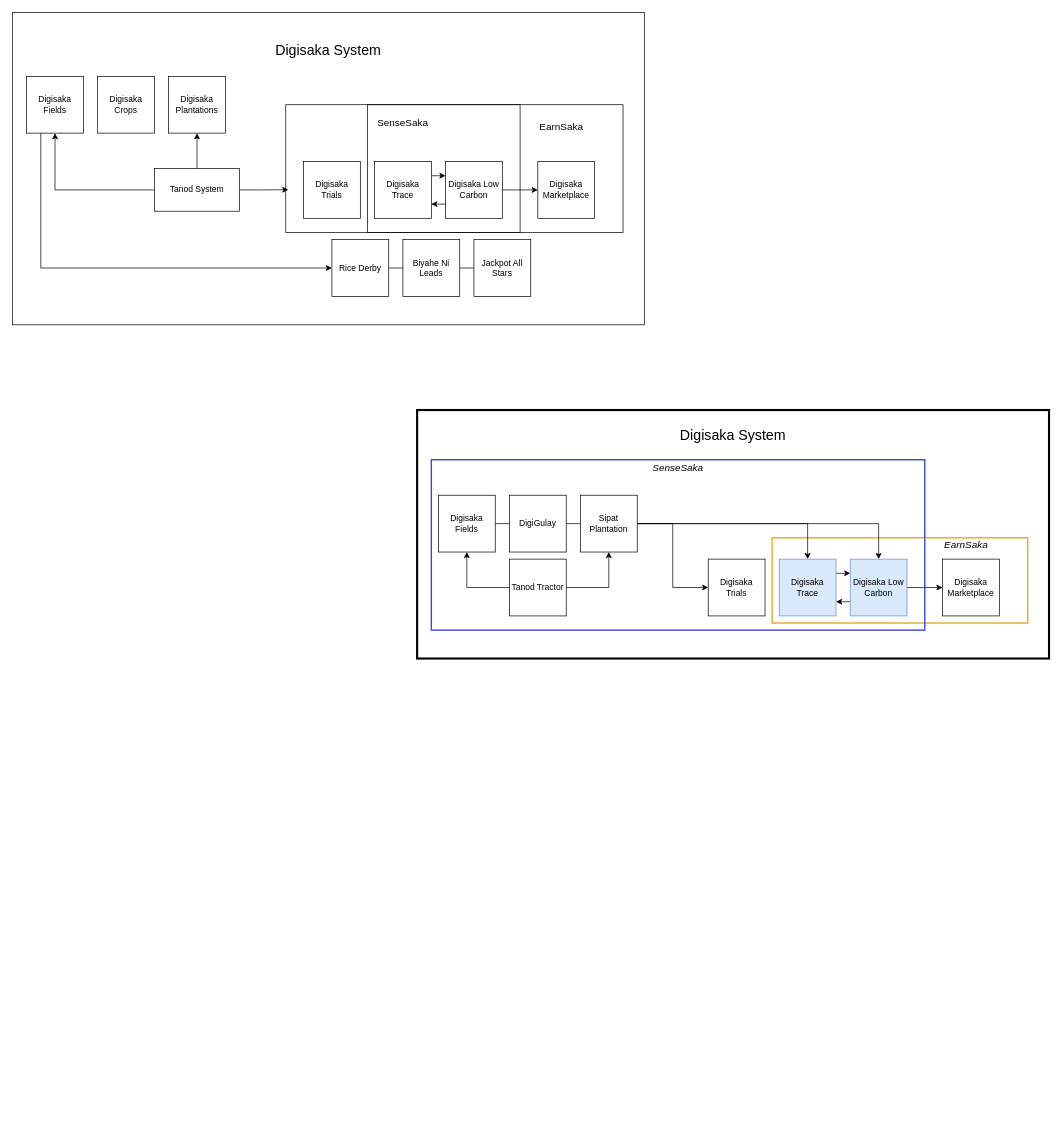
arnanaraza/diagrams keeps this draw.io diagram as digisaks_overalldiagramski.drawio. Above is the earlier version. Source tidied: cells renumbered, new cells numbered last; positions are measured from the earlier drawing's top-left corner, leaving out a move shared by most shapes. Both pictures are drawn from the tidied source at 71%, with x=0, y=0 at pixel (12, 12).
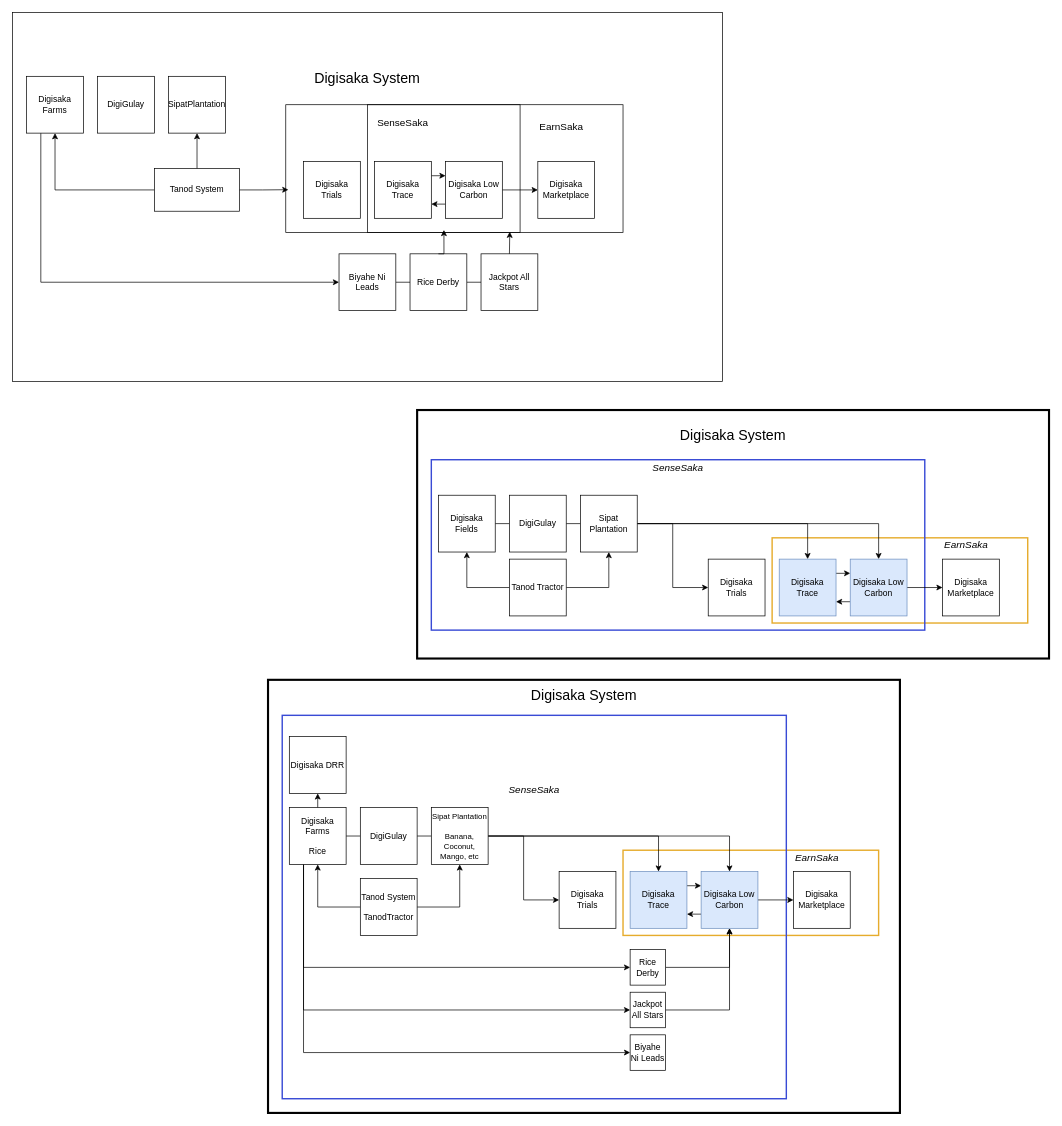
Above is the later version.

Unchanged cells that the change refers to:
```xml
<mxCell id="4" value="&lt;font style=&quot;font-size: 14px;&quot;&gt;SenseSaka&lt;/font&gt;&lt;div&gt;&lt;font style=&quot;font-size: 14px;&quot;&gt;&lt;br&gt;&lt;/font&gt;&lt;/div&gt;&lt;div&gt;&lt;font style=&quot;font-size: 14px;&quot;&gt;&lt;br&gt;&lt;/font&gt;&lt;/div&gt;&lt;div&gt;&lt;font style=&quot;font-size: 14px;&quot;&gt;&lt;br&gt;&lt;/font&gt;&lt;/div&gt;&lt;div&gt;&lt;br&gt;&lt;/div&gt;&lt;div&gt;&lt;font style=&quot;font-size: 14px;&quot;&gt;&lt;br&gt;&lt;/font&gt;&lt;/div&gt;&lt;div&gt;&lt;font style=&quot;font-size: 14px;&quot;&gt;&lt;br&gt;&lt;/font&gt;&lt;/div&gt;&lt;div&gt;&lt;font style=&quot;font-size: 14px;&quot;&gt;&lt;br&gt;&lt;/font&gt;&lt;/div&gt;&lt;div&gt;&lt;br&gt;&lt;/div&gt;" style="rounded=0;whiteSpace=wrap;html=1;fillColor=none;" parent="1" vertex="1">
  <mxGeometry x="385" y="130" width="330" height="180" as="geometry" />
</mxCell>
```

Diff of the diagram source:
```diff
@@
     <mxCell id="2" value="&lt;font style=&quot;font-size: 20px;&quot;&gt;Digisaka System&lt;/font&gt;&lt;div&gt;&lt;font style=&quot;font-size: 20px;&quot;&gt;&lt;br&gt;&lt;/font&gt;&lt;/div&gt;&lt;div&gt;&lt;font style=&quot;font-size: 20px;&quot;&gt;&lt;br&gt;&lt;/font&gt;&lt;/div&gt;&lt;div&gt;&lt;font style=&quot;font-size: 20px;&quot;&gt;&lt;br&gt;&lt;/font&gt;&lt;/div&gt;&lt;div&gt;&lt;font style=&quot;font-size: 20px;&quot;&gt;&lt;br&gt;&lt;/font&gt;&lt;/div&gt;&lt;div&gt;&lt;font style=&quot;font-size: 20px;&quot;&gt;&lt;br&gt;&lt;/font&gt;&lt;/div&gt;&lt;div&gt;&lt;font style=&quot;font-size: 20px;&quot;&gt;&lt;br&gt;&lt;/font&gt;&lt;/div&gt;&lt;div&gt;&lt;font style=&quot;font-size: 20px;&quot;&gt;&lt;br&gt;&lt;/font&gt;&lt;/div&gt;&lt;div&gt;&lt;font style=&quot;font-size: 20px;&quot;&gt;&lt;br&gt;&lt;/font&gt;&lt;/div&gt;&lt;div&gt;&lt;font style=&quot;font-size: 20px;&quot;&gt;&lt;br&gt;&lt;/font&gt;&lt;/div&gt;&lt;div&gt;&lt;font style=&quot;font-size: 20px;&quot;&gt;&lt;br&gt;&lt;/font&gt;&lt;/div&gt;&lt;div&gt;&lt;font style=&quot;font-size: 20px;&quot;&gt;&lt;br&gt;&lt;/font&gt;&lt;/div&gt;&lt;div&gt;&lt;font style=&quot;font-size: 20px;&quot;&gt;&lt;br&gt;&lt;/font&gt;&lt;/div&gt;&lt;div&gt;&lt;font style=&quot;font-size: 20px;&quot;&gt;&lt;br&gt;&lt;/font&gt;&lt;/div&gt;&lt;div&gt;&lt;font style=&quot;font-size: 20px;&quot;&gt;&lt;br&gt;&lt;/font&gt;&lt;/div&gt;" style="rounded=0;whiteSpace=wrap;html=1;fillColor=none;" parent="1" vertex="1">
-      <mxGeometry width="890" height="440" as="geometry" />
+      <mxGeometry width="1000" height="520" as="geometry" />
     </mxCell>
@@
-    <mxCell id="6" value="Digisaka Fields" style="whiteSpace=wrap;html=1;" parent="1" vertex="1">
+    <mxCell id="6" value="Digisaka Farms" style="whiteSpace=wrap;html=1;" parent="1" vertex="1">
       <mxGeometry x="20" y="90" width="80" height="80" as="geometry" />
     </mxCell>
-    <mxCell id="7" value="Digisaka Crops" style="whiteSpace=wrap;html=1;" parent="1" vertex="1">
+    <mxCell id="7" value="DigiGulay" style="whiteSpace=wrap;html=1;" parent="1" vertex="1">
       <mxGeometry x="120" y="90" width="80" height="80" as="geometry" />
     </mxCell>
-    <mxCell id="8" value="Digisaka Plantations" style="whiteSpace=wrap;html=1;" parent="1" vertex="1">
+    <mxCell id="8" value="SipatPlantation" style="whiteSpace=wrap;html=1;" parent="1" vertex="1">
       <mxGeometry x="220" y="90" width="80" height="80" as="geometry" />
     </mxCell>
@@
-    <mxCell id="19" value="Biyahe Ni Leads" style="whiteSpace=wrap;html=1;" parent="1" vertex="1">
-      <mxGeometry x="550" y="320" width="80" height="80" as="geometry" />
+    <mxCell id="19" value="Rice Derby" style="whiteSpace=wrap;html=1;" parent="1" vertex="1">
+      <mxGeometry x="560" y="340" width="80" height="80" as="geometry" />
     </mxCell>
     <mxCell id="20" value="Jackpot All Stars" style="whiteSpace=wrap;html=1;" parent="1" vertex="1">
-      <mxGeometry x="650" y="320" width="80" height="80" as="geometry" />
+      <mxGeometry x="660" y="340" width="80" height="80" as="geometry" />
     </mxCell>
@@
-    <mxCell id="22" value="Rice Derby" style="whiteSpace=wrap;html=1;" parent="1" vertex="1">
-      <mxGeometry x="450" y="320" width="80" height="80" as="geometry" />
+    <mxCell id="22" value="Biyahe Ni Leads" style="whiteSpace=wrap;html=1;" parent="1" vertex="1">
+      <mxGeometry x="460" y="340" width="80" height="80" as="geometry" />
     </mxCell>
@@
+    <mxCell id="46" style="edgeStyle=orthogonalEdgeStyle;rounded=0;jettySize=auto;html=1;exitX=0.5;exitY=0;exitDx=0;exitDy=0;entryX=0.675;entryY=0.98;entryDx=0;entryDy=0;entryPerimeter=0;" parent="1" edge="1" source="19" target="4">
+      <mxGeometry relative="1" as="geometry" />
+    </mxCell>
+    <mxCell id="47" style="edgeStyle=orthogonalEdgeStyle;rounded=0;jettySize=auto;html=1;exitX=0.5;exitY=0;exitDx=0;exitDy=0;entryX=0.956;entryY=0.994;entryDx=0;entryDy=0;entryPerimeter=0;" parent="1" edge="1" source="20" target="4">
+      <mxGeometry relative="1" as="geometry" />
+    </mxCell>
+    <mxCell id="48" value="&lt;font style=&quot;font-size: 20px;&quot;&gt;Digisaka System&lt;/font&gt;&lt;div&gt;&lt;span style=&quot;font-size: 20px;&quot;&gt;&lt;br&gt;&lt;/span&gt;&lt;/div&gt;&lt;div&gt;&lt;span style=&quot;font-size: 20px;&quot;&gt;&lt;br&gt;&lt;/span&gt;&lt;/div&gt;&lt;div&gt;&lt;span style=&quot;font-size: 20px;&quot;&gt;&lt;br&gt;&lt;/span&gt;&lt;div&gt;&lt;font style=&quot;font-size: 20px;&quot;&gt;&lt;br&gt;&lt;/font&gt;&lt;/div&gt;&lt;div&gt;&lt;font style=&quot;font-size: 20px;&quot;&gt;&lt;br&gt;&lt;/font&gt;&lt;/div&gt;&lt;div&gt;&lt;font style=&quot;font-size: 20px;&quot;&gt;&lt;br&gt;&lt;/font&gt;&lt;/div&gt;&lt;div&gt;&lt;font style=&quot;font-size: 20px;&quot;&gt;&lt;br&gt;&lt;/font&gt;&lt;/div&gt;&lt;div&gt;&lt;font style=&quot;font-size: 20px;&quot;&gt;&lt;br&gt;&lt;/font&gt;&lt;/div&gt;&lt;div&gt;&lt;font style=&quot;font-size: 20px;&quot;&gt;&lt;br&gt;&lt;/font&gt;&lt;/div&gt;&lt;div&gt;&lt;font style=&quot;font-size: 20px;&quot;&gt;&lt;br&gt;&lt;/font&gt;&lt;/div&gt;&lt;div&gt;&lt;font style=&quot;font-size: 20px;&quot;&gt;&lt;br&gt;&lt;/font&gt;&lt;/div&gt;&lt;div&gt;&lt;font style=&quot;font-size: 20px;&quot;&gt;&lt;br&gt;&lt;/font&gt;&lt;/div&gt;&lt;div&gt;&lt;font style=&quot;font-size: 20px;&quot;&gt;&lt;br&gt;&lt;/font&gt;&lt;/div&gt;&lt;div&gt;&lt;font style=&quot;font-size: 20px;&quot;&gt;&lt;br&gt;&lt;/font&gt;&lt;/div&gt;&lt;div&gt;&lt;br&gt;&lt;/div&gt;&lt;div&gt;&lt;br&gt;&lt;/div&gt;&lt;div&gt;&lt;br&gt;&lt;/div&gt;&lt;div&gt;&lt;br&gt;&lt;/div&gt;&lt;div&gt;&lt;br&gt;&lt;/div&gt;&lt;div&gt;&lt;br&gt;&lt;/div&gt;&lt;div&gt;&lt;br&gt;&lt;/div&gt;&lt;div&gt;&lt;br&gt;&lt;/div&gt;&lt;div&gt;&lt;br&gt;&lt;/div&gt;&lt;div&gt;&lt;br&gt;&lt;/div&gt;&lt;div&gt;&lt;br&gt;&lt;/div&gt;&lt;div&gt;&lt;br&gt;&lt;/div&gt;&lt;div&gt;&lt;br&gt;&lt;/div&gt;&lt;div&gt;&lt;br&gt;&lt;/div&gt;&lt;div&gt;&lt;br&gt;&lt;/div&gt;&lt;div&gt;&lt;br&gt;&lt;/div&gt;&lt;/div&gt;" style="rounded=0;whiteSpace=wrap;html=1;fillColor=none;strokeWidth=3;" parent="1" vertex="1">
+      <mxGeometry x="360" y="940" width="890" height="610" as="geometry" />
+    </mxCell>
+    <mxCell id="49" value="&lt;div style=&quot;text-align: right;&quot;&gt;&lt;span style=&quot;font-size: 14px;&quot;&gt;&lt;i&gt;&lt;span style=&quot;white-space: pre;&quot;&gt;&#9;&lt;/span&gt;&lt;span style=&quot;white-space: pre;&quot;&gt;&#9;&lt;/span&gt;&lt;span style=&quot;white-space: pre;&quot;&gt;&#9;&lt;/span&gt;&lt;span style=&quot;white-space: pre;&quot;&gt;&#9;&lt;/span&gt;&lt;span style=&quot;white-space: pre;&quot;&gt;&#9;&lt;/span&gt;&lt;span style=&quot;white-space: pre;&quot;&gt;&#9;&lt;/span&gt;EarnSaka&lt;/i&gt;&lt;/span&gt;&lt;/div&gt;&lt;div style=&quot;text-align: right;&quot;&gt;&lt;span style=&quot;font-size: 14px;&quot;&gt;&lt;i&gt;&lt;br&gt;&lt;/i&gt;&lt;/span&gt;&lt;/div&gt;&lt;div style=&quot;text-align: right;&quot;&gt;&lt;span style=&quot;font-size: 14px;&quot;&gt;&lt;i&gt;&lt;br&gt;&lt;/i&gt;&lt;/span&gt;&lt;/div&gt;&lt;div style=&quot;text-align: right;&quot;&gt;&lt;span style=&quot;font-size: 14px;&quot;&gt;&lt;i&gt;&lt;br&gt;&lt;/i&gt;&lt;/span&gt;&lt;/div&gt;&lt;div style=&quot;text-align: right;&quot;&gt;&lt;span style=&quot;font-size: 14px;&quot;&gt;&lt;i&gt;&lt;br&gt;&lt;/i&gt;&lt;/span&gt;&lt;/div&gt;&lt;div style=&quot;text-align: right;&quot;&gt;&lt;span style=&quot;font-size: 14px;&quot;&gt;&lt;i&gt;&lt;br&gt;&lt;/i&gt;&lt;/span&gt;&lt;/div&gt;&lt;div style=&quot;text-align: right;&quot;&gt;&lt;span style=&quot;font-size: 14px;&quot;&gt;&lt;br&gt;&lt;/span&gt;&lt;/div&gt;" style="rounded=0;whiteSpace=wrap;html=1;fillColor=none;strokeWidth=2;strokeColor=light-dark(#e6ac2d, #ededed);" parent="1" vertex="1">
+      <mxGeometry x="860" y="1180" width="360" height="120" as="geometry" />
+    </mxCell>
+    <mxCell id="50" value="&lt;font style=&quot;font-size: 14px;&quot;&gt;&lt;i&gt;SenseSaka&lt;/i&gt;&lt;/font&gt;&lt;div&gt;&lt;font style=&quot;font-size: 14px;&quot;&gt;&lt;i&gt;&lt;br&gt;&lt;/i&gt;&lt;/font&gt;&lt;/div&gt;&lt;div&gt;&lt;font style=&quot;font-size: 14px;&quot;&gt;&lt;i&gt;&lt;br&gt;&lt;/i&gt;&lt;/font&gt;&lt;/div&gt;&lt;div&gt;&lt;font style=&quot;font-size: 14px;&quot;&gt;&lt;i&gt;&lt;br&gt;&lt;/i&gt;&lt;/font&gt;&lt;/div&gt;&lt;div&gt;&lt;i&gt;&lt;br&gt;&lt;/i&gt;&lt;/div&gt;&lt;div&gt;&lt;font style=&quot;font-size: 14px;&quot;&gt;&lt;i&gt;&lt;br&gt;&lt;/i&gt;&lt;/font&gt;&lt;/div&gt;&lt;div&gt;&lt;font style=&quot;font-size: 14px;&quot;&gt;&lt;i&gt;&lt;br&gt;&lt;/i&gt;&lt;/font&gt;&lt;/div&gt;&lt;div&gt;&lt;font style=&quot;font-size: 14px;&quot;&gt;&lt;i&gt;&lt;br&gt;&lt;/i&gt;&lt;/font&gt;&lt;/div&gt;&lt;div&gt;&lt;br&gt;&lt;/div&gt;&lt;div&gt;&lt;br&gt;&lt;/div&gt;&lt;div&gt;&lt;br&gt;&lt;/div&gt;&lt;div&gt;&lt;br&gt;&lt;/div&gt;&lt;div&gt;&lt;br&gt;&lt;/div&gt;&lt;div&gt;&lt;br&gt;&lt;/div&gt;&lt;div&gt;&lt;br&gt;&lt;/div&gt;&lt;div&gt;&lt;br&gt;&lt;/div&gt;&lt;div&gt;&lt;br&gt;&lt;/div&gt;&lt;div&gt;&lt;br&gt;&lt;/div&gt;&lt;div&gt;&lt;br&gt;&lt;/div&gt;&lt;div&gt;&lt;br&gt;&lt;/div&gt;&lt;div&gt;&lt;br&gt;&lt;/div&gt;&lt;div&gt;&lt;br&gt;&lt;/div&gt;&lt;div&gt;&lt;br&gt;&lt;/div&gt;" style="rounded=0;whiteSpace=wrap;html=1;fillColor=none;strokeWidth=2;strokeColor=light-dark(#394bd5, #ededed);" parent="1" vertex="1">
+      <mxGeometry x="380" y="990" width="710" height="540" as="geometry" />
+    </mxCell>
+    <mxCell id="51" style="edgeStyle=orthogonalEdgeStyle;rounded=0;jettySize=auto;html=1;exitX=1;exitY=0.5;exitDx=0;exitDy=0;entryX=0;entryY=0.5;entryDx=0;entryDy=0;endArrow=none;endFill=0;" parent="1" edge="1" source="56" target="58">
+      <mxGeometry relative="1" as="geometry" />
+    </mxCell>
+    <mxCell id="52" style="edgeStyle=orthogonalEdgeStyle;rounded=0;jettySize=auto;html=1;exitX=0.25;exitY=1;exitDx=0;exitDy=0;entryX=0;entryY=0.5;entryDx=0;entryDy=0;" parent="1" edge="1" source="56" target="77">
+      <mxGeometry relative="1" as="geometry" />
+    </mxCell>
+    <mxCell id="53" style="edgeStyle=orthogonalEdgeStyle;rounded=0;jettySize=auto;html=1;exitX=0.25;exitY=1;exitDx=0;exitDy=0;entryX=0;entryY=0.5;entryDx=0;entryDy=0;" parent="1" edge="1" source="56" target="76">
+      <mxGeometry relative="1" as="geometry" />
+    </mxCell>
+    <mxCell id="54" style="edgeStyle=orthogonalEdgeStyle;rounded=0;jettySize=auto;html=1;exitX=0.25;exitY=1;exitDx=0;exitDy=0;entryX=0;entryY=0.5;entryDx=0;entryDy=0;" parent="1" edge="1" source="56" target="74">
+      <mxGeometry relative="1" as="geometry" />
+    </mxCell>
+    <mxCell id="55" style="edgeStyle=orthogonalEdgeStyle;rounded=0;jettySize=auto;html=1;exitX=0.5;exitY=0;exitDx=0;exitDy=0;entryX=0.5;entryY=1;entryDx=0;entryDy=0;" parent="1" edge="1" source="56" target="78">
+      <mxGeometry relative="1" as="geometry" />
+    </mxCell>
+    <mxCell id="56" value="Digisaka Farms&lt;div&gt;&lt;br&gt;&lt;/div&gt;&lt;div&gt;Rice&lt;/div&gt;" style="whiteSpace=wrap;html=1;" parent="1" vertex="1">
+      <mxGeometry x="390" y="1120" width="80" height="80" as="geometry" />
+    </mxCell>
+    <mxCell id="57" style="edgeStyle=orthogonalEdgeStyle;rounded=0;jettySize=auto;html=1;exitX=1;exitY=0.5;exitDx=0;exitDy=0;entryX=0;entryY=0.5;entryDx=0;entryDy=0;endArrow=none;endFill=0;" parent="1" edge="1" source="58" target="62">
+      <mxGeometry relative="1" as="geometry" />
+    </mxCell>
+    <mxCell id="58" value="DigiGulay" style="whiteSpace=wrap;html=1;" parent="1" vertex="1">
+      <mxGeometry x="490" y="1120" width="80" height="80" as="geometry" />
+    </mxCell>
+    <mxCell id="59" style="edgeStyle=orthogonalEdgeStyle;rounded=0;jettySize=auto;html=1;exitX=1;exitY=0.5;exitDx=0;exitDy=0;entryX=0;entryY=0.5;entryDx=0;entryDy=0;" parent="1" edge="1" source="62" target="69">
+      <mxGeometry relative="1" as="geometry" />
+    </mxCell>
+    <mxCell id="60" style="edgeStyle=orthogonalEdgeStyle;rounded=0;jettySize=auto;html=1;exitX=1;exitY=0.5;exitDx=0;exitDy=0;entryX=0.5;entryY=0;entryDx=0;entryDy=0;" parent="1" edge="1" source="62" target="64">
+      <mxGeometry relative="1" as="geometry" />
+    </mxCell>
+    <mxCell id="61" style="edgeStyle=orthogonalEdgeStyle;rounded=0;jettySize=auto;html=1;exitX=1;exitY=0.5;exitDx=0;exitDy=0;entryX=0.5;entryY=0;entryDx=0;entryDy=0;" parent="1" edge="1" source="62" target="67">
+      <mxGeometry relative="1" as="geometry" />
+    </mxCell>
+    <mxCell id="62" value="&lt;font style=&quot;font-size: 11px;&quot;&gt;Sipat Plantation&lt;/font&gt;&lt;div&gt;&lt;font style=&quot;font-size: 11px;&quot;&gt;&lt;br&gt;&lt;/font&gt;&lt;/div&gt;&lt;div&gt;&lt;font style=&quot;font-size: 11px;&quot;&gt;Banana, Coconut, Mango, etc&lt;/font&gt;&lt;/div&gt;" style="whiteSpace=wrap;html=1;" parent="1" vertex="1">
+      <mxGeometry x="590" y="1120" width="80" height="80" as="geometry" />
+    </mxCell>
+    <mxCell id="63" style="edgeStyle=orthogonalEdgeStyle;rounded=0;jettySize=auto;html=1;exitX=1;exitY=0.25;exitDx=0;exitDy=0;entryX=0;entryY=0.25;entryDx=0;entryDy=0;" parent="1" edge="1" source="64" target="67">
+      <mxGeometry relative="1" as="geometry" />
+    </mxCell>
+    <mxCell id="64" value="Digisaka Trace" style="whiteSpace=wrap;html=1;fillColor=#dae8fc;strokeColor=#6c8ebf;" parent="1" vertex="1">
+      <mxGeometry x="870" y="1210" width="80" height="80" as="geometry" />
+    </mxCell>
+    <mxCell id="65" style="edgeStyle=orthogonalEdgeStyle;rounded=0;jettySize=auto;html=1;exitX=0;exitY=0.75;exitDx=0;exitDy=0;entryX=1;entryY=0.75;entryDx=0;entryDy=0;" parent="1" edge="1" source="67" target="64">
+      <mxGeometry relative="1" as="geometry" />
+    </mxCell>
+    <mxCell id="66" style="edgeStyle=orthogonalEdgeStyle;rounded=0;jettySize=auto;html=1;exitX=1;exitY=0.5;exitDx=0;exitDy=0;entryX=0;entryY=0.5;entryDx=0;entryDy=0;" parent="1" edge="1" source="67" target="68">
+      <mxGeometry relative="1" as="geometry" />
+    </mxCell>
+    <mxCell id="67" value="Digisaka Low Carbon" style="whiteSpace=wrap;html=1;fillColor=#dae8fc;strokeColor=#6c8ebf;" parent="1" vertex="1">
+      <mxGeometry x="970" y="1210" width="80" height="80" as="geometry" />
+    </mxCell>
+    <mxCell id="68" value="Digisaka Marketplace" style="whiteSpace=wrap;html=1;" parent="1" vertex="1">
+      <mxGeometry x="1100" y="1210" width="80" height="80" as="geometry" />
+    </mxCell>
+    <mxCell id="69" value="Digisaka Trials" style="whiteSpace=wrap;html=1;" parent="1" vertex="1">
+      <mxGeometry x="770" y="1210" width="80" height="80" as="geometry" />
+    </mxCell>
+    <mxCell id="70" style="edgeStyle=orthogonalEdgeStyle;rounded=0;jettySize=auto;html=1;exitX=1;exitY=0.5;exitDx=0;exitDy=0;entryX=0.5;entryY=1;entryDx=0;entryDy=0;" parent="1" edge="1" source="72" target="62">
+      <mxGeometry relative="1" as="geometry" />
+    </mxCell>
+    <mxCell id="71" style="edgeStyle=orthogonalEdgeStyle;rounded=0;jettySize=auto;html=1;exitX=0;exitY=0.5;exitDx=0;exitDy=0;entryX=0.5;entryY=1;entryDx=0;entryDy=0;" parent="1" edge="1" source="72" target="56">
+      <mxGeometry relative="1" as="geometry" />
+    </mxCell>
+    <mxCell id="72" value="Tanod System&lt;div&gt;&lt;br&gt;&lt;/div&gt;&lt;div&gt;TanodTractor&lt;/div&gt;" style="whiteSpace=wrap;html=1;" parent="1" vertex="1">
+      <mxGeometry x="490" y="1220" width="80" height="80" as="geometry" />
+    </mxCell>
+    <mxCell id="73" style="edgeStyle=orthogonalEdgeStyle;rounded=0;jettySize=auto;html=1;exitX=1;exitY=0.5;exitDx=0;exitDy=0;entryX=0.5;entryY=1;entryDx=0;entryDy=0;" parent="1" edge="1" source="74" target="67">
+      <mxGeometry relative="1" as="geometry" />
+    </mxCell>
+    <mxCell id="74" value="Rice Derby" style="whiteSpace=wrap;html=1;" parent="1" vertex="1">
+      <mxGeometry x="870" y="1320" width="50" height="50" as="geometry" />
+    </mxCell>
+    <mxCell id="75" style="edgeStyle=orthogonalEdgeStyle;rounded=0;jettySize=auto;html=1;exitX=1;exitY=0.5;exitDx=0;exitDy=0;entryX=0.5;entryY=1;entryDx=0;entryDy=0;" parent="1" edge="1" source="76" target="67">
+      <mxGeometry relative="1" as="geometry" />
+    </mxCell>
+    <mxCell id="76" value="Jackpot All Stars" style="whiteSpace=wrap;html=1;" parent="1" vertex="1">
+      <mxGeometry x="870" y="1380" width="50" height="50" as="geometry" />
+    </mxCell>
+    <mxCell id="77" value="Biyahe Ni Leads" style="whiteSpace=wrap;html=1;" parent="1" vertex="1">
+      <mxGeometry x="870" y="1440" width="50" height="50" as="geometry" />
+    </mxCell>
+    <mxCell id="78" value="Digisaka DRR" style="whiteSpace=wrap;html=1;" parent="1" vertex="1">
+      <mxGeometry x="390" y="1020" width="80" height="80" as="geometry" />
+    </mxCell>
```
